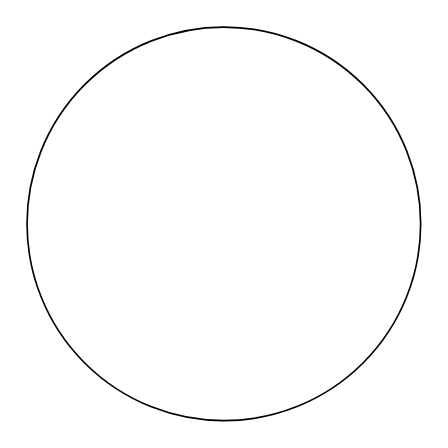
This is Untitled Diagram.drawio from jatinbansalprogrammer/Brian, a draw.io file, before an edit. Source tidied: cells renumbered, new cells numbered last; positions are measured from the earlier drawing's top-left corner, leaving out a move shared by most shapes. Both pictures are drawn from the tidied source at 164%, with x=0, y=0 at pixel (26, 26).
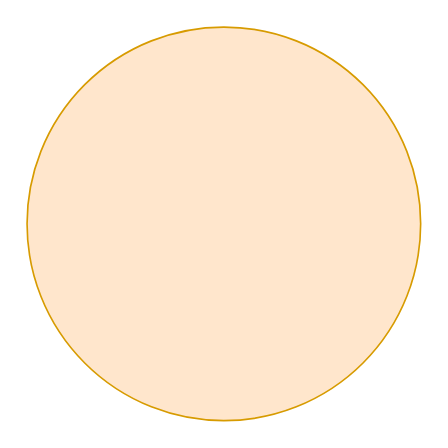
Above is the later version.

Change to the diagram source:
```diff
@@
 <mxGraphModel>
   <root>
     <mxCell id="0" />
     <mxCell id="1" parent="0" />
-    <mxCell id="2" style="ellipse;whiteSpace=wrap;html=1;" parent="1" vertex="1">
+    <mxCell id="2" style="ellipse;whiteSpace=wrap;html=1;fillColor=#ffe6cc;strokeColor=#d79b00;" parent="1" vertex="1">
       <mxGeometry width="240" height="240" as="geometry" />
     </mxCell>
   </root>
 </mxGraphModel>
```
